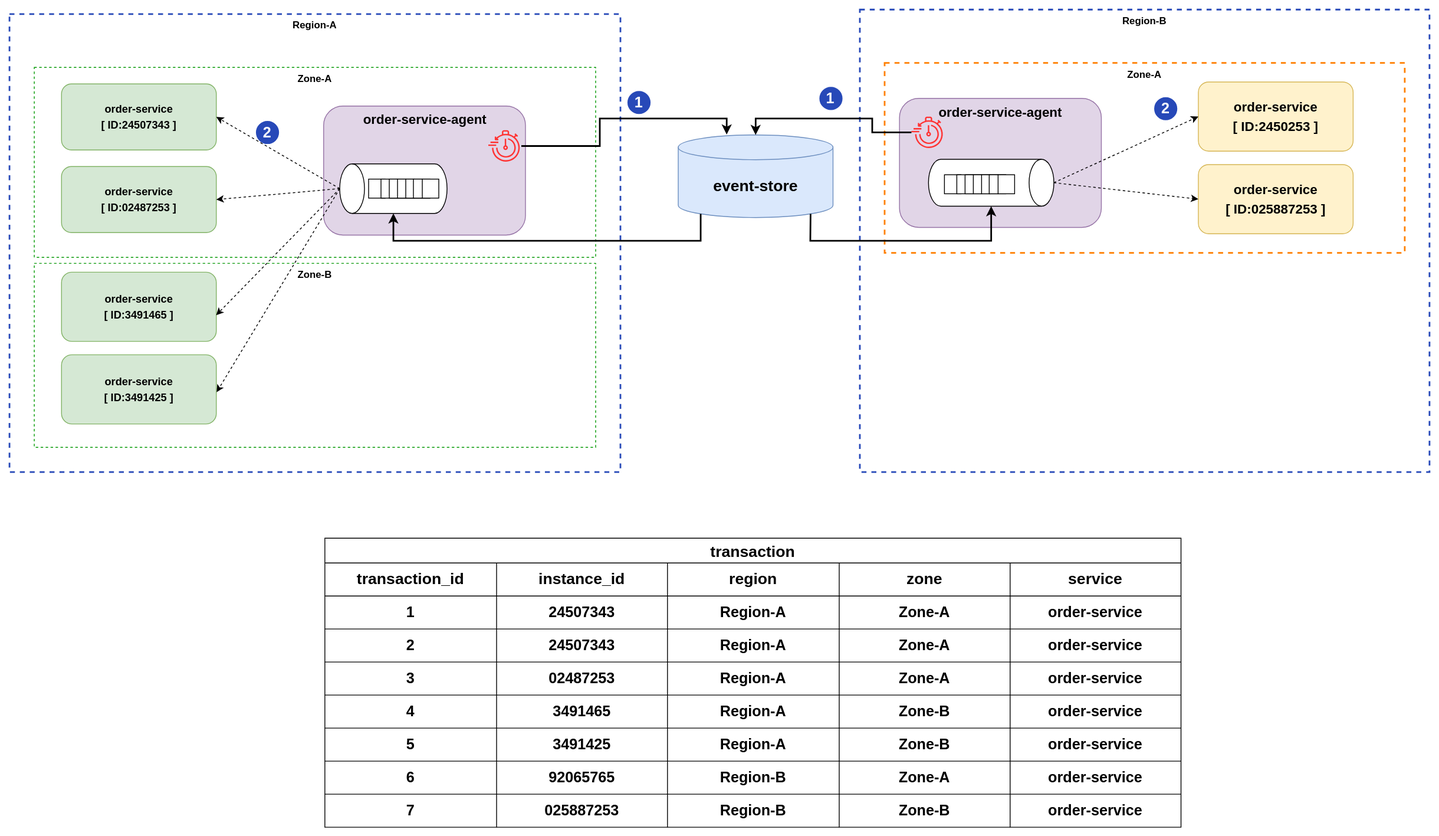
This is docs/modules/architecture/images/stacksaga-diagram-agent-slaves-leader-election.drawio.svg from stacksaga/stacksaga-docs, a draw.io export, as it was before one commit. Source tidied: cells renumbered, new cells last; positions are measured from the earlier drawing's top-left corner, leaving out a move shared by most shapes.
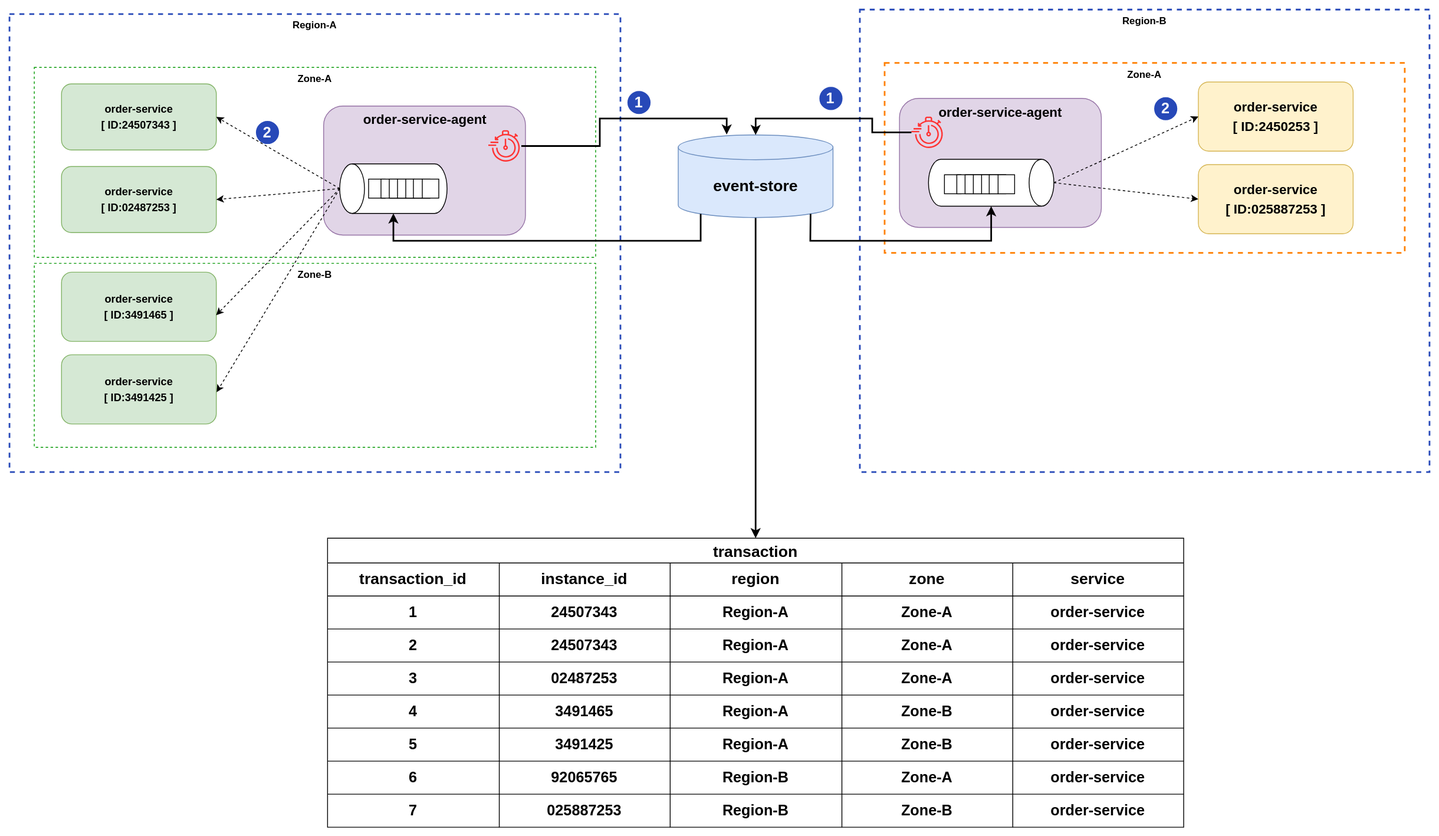
Above is the later version.

Diff of the diagram source:
```diff
@@ -26,6 +26,9 @@
     <mxCell id="9" value="&lt;div style=&quot;font-size: 13px;&quot;&gt;&lt;font style=&quot;font-size: 13px;&quot;&gt;order-service&lt;/font&gt;&lt;/div&gt;&lt;div style=&quot;font-size: 13px;&quot;&gt;&lt;sub style=&quot;font-size: 13px;&quot;&gt;&lt;font style=&quot;font-size: 13px;&quot;&gt;[ ID:3491425 ]&lt;/font&gt;&lt;/sub&gt;&lt;/div&gt;" style="rounded=1;whiteSpace=wrap;html=1;glass=0;fontSize=13;fillColor=#d5e8d4;strokeColor=#82b366;fontStyle=1;" parent="1" vertex="1">
       <mxGeometry x="63" y="418" width="187.5" height="83.8" as="geometry" />
     </mxCell>
+    <mxCell id="99" style="edgeStyle=orthogonalEdgeStyle;rounded=0;jettySize=auto;html=1;entryX=0.5;entryY=0;entryDx=0;entryDy=0;strokeWidth=2;" parent="1" edge="1" source="10" target="50">
+      <mxGeometry relative="1" as="geometry" />
+    </mxCell>
     <mxCell id="10" value="event-store" style="shape=cylinder3;whiteSpace=wrap;html=1;boundedLbl=1;backgroundOutline=1;size=15;fontSize=19;fillColor=#dae8fc;strokeColor=#6c8ebf;fontStyle=1;" parent="1" vertex="1">
       <mxGeometry x="810" y="151.8" width="187.5" height="100" as="geometry" />
     </mxCell>
@@ -158,7 +161,7 @@
       <mxGeometry x="982.5" y="95.2" width="25" height="25" as="geometry" />
     </mxCell>
     <mxCell id="50" value="transaction" style="shape=table;startSize=30;fontStyle=1;fontSize=19;labelBackgroundColor=none;" parent="1" vertex="1">
-      <mxGeometry x="382" y="640" width="1037" height="350" as="geometry" />
+      <mxGeometry x="385.2" y="640" width="1037" height="350" as="geometry" />
     </mxCell>
     <mxCell id="51" style="shape=tableRow;horizontal=0;startSize=0;swimlaneHead=0;swimlaneBody=0;strokeColor=inherit;top=0;left=0;bottom=0;right=0;fillColor=none;fontStyle=1;labelBackgroundColor=none;fontSize=19;" parent="50" vertex="1">
       <mxGeometry y="30" width="1037" height="40" as="geometry" />
```
